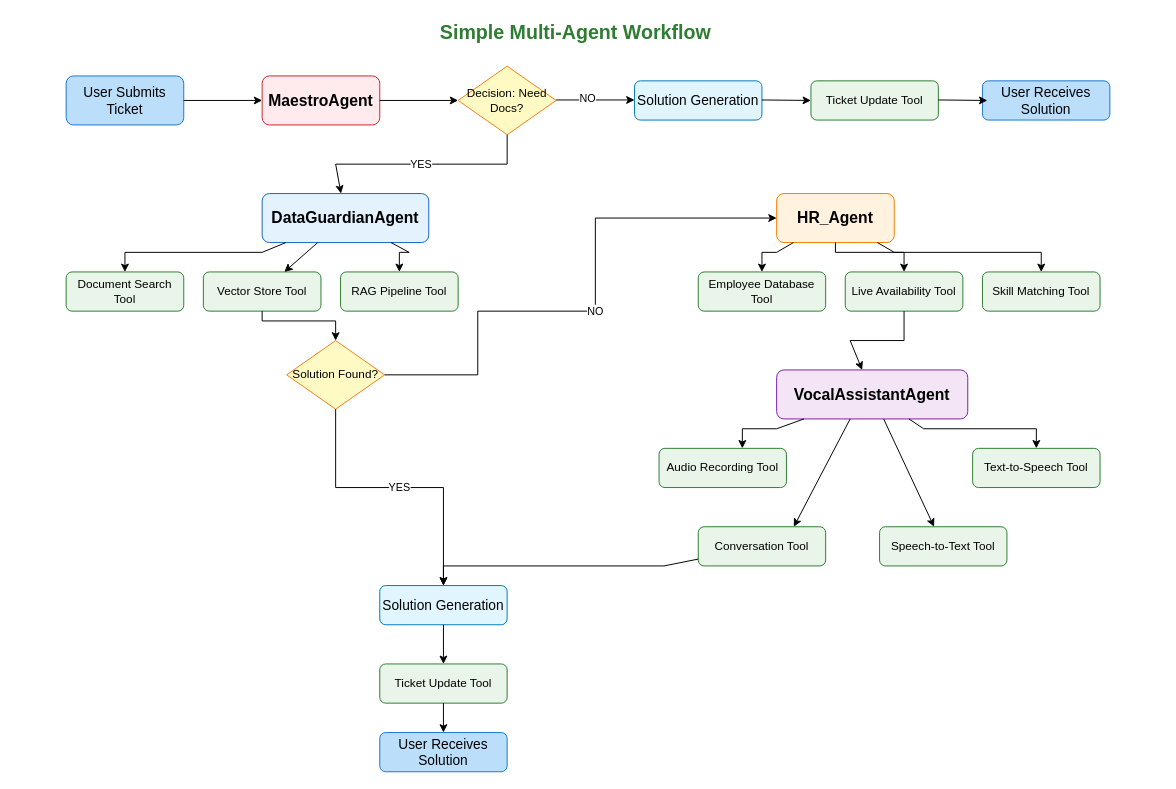
Earlier version of the draw.io diagram docs/architecture/Simple_Agents_Workflow.drawio (rdoukali42/Network_LLMs). Source tidied: cells renumbered, new cells numbered last; positions are measured from the earlier drawing's top-left corner, leaving out a move shared by most shapes. Both pictures are drawn from the tidied source at 98%, with x=0, y=0 at pixel (66, 17).
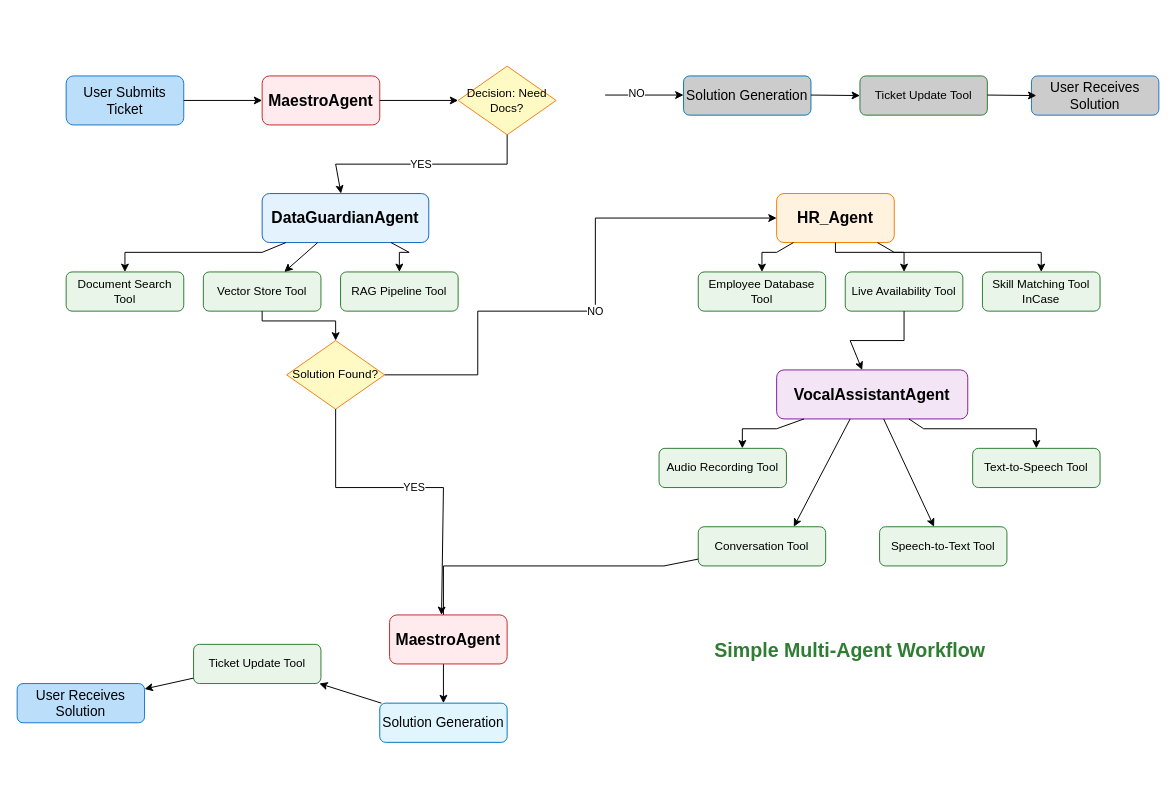
The same page after the edit.

The change refers to these unchanged cells:
```xml
<mxCell id="16" value="Solution Found?" style="rhombus;whiteSpace=wrap;html=1;fillColor=#FFF9C4;strokeColor=#F57F17;fontSize=12;" parent="1" vertex="1">
  <mxGeometry x="225" y="330" width="100" height="70" as="geometry" />
</mxCell>
<mxCell id="30" value="Conversation Tool" style="rounded=1;whiteSpace=wrap;html=1;fillColor=#E8F5E8;strokeColor=#2E7D32;" parent="1" vertex="1">
  <mxGeometry x="645" y="520" width="130" height="40" as="geometry" />
</mxCell>
```

Diff of the diagram source:
```diff
@@
     <mxCell id="2" value="Simple Multi-Agent Workflow" style="text;html=1;strokeColor=none;fillColor=none;align=center;verticalAlign=middle;whiteSpace=wrap;rounded=0;fontSize=20;fontStyle=1;fontColor=#2E7D32;" parent="1" vertex="1">
-      <mxGeometry x="320" width="400" height="30" as="geometry" />
+      <mxGeometry x="600" y="630" width="400" height="30" as="geometry" />
     </mxCell>
@@
-    <mxCell id="21" value="Skill Matching Tool" style="rounded=1;whiteSpace=wrap;html=1;fillColor=#E8F5E8;strokeColor=#2E7D32;" parent="1" vertex="1">
+    <mxCell id="21" value="Skill Matching Tool&lt;div&gt;InCase&lt;/div&gt;" style="rounded=1;whiteSpace=wrap;html=1;fillColor=#E8F5E8;strokeColor=#2E7D32;" parent="1" vertex="1">
       <mxGeometry x="935" y="260" width="120" height="40" as="geometry" />
     </mxCell>
@@
     <mxCell id="35" value="Solution Generation" style="rounded=1;whiteSpace=wrap;html=1;fillColor=#E1F5FE;strokeColor=#0277BD;fontSize=14;" parent="1" vertex="1">
-      <mxGeometry x="320" y="580" width="130" height="40" as="geometry" />
+      <mxGeometry x="320" y="700" width="130" height="40" as="geometry" />
     </mxCell>
     <mxCell id="36" value="Ticket Update Tool" style="rounded=1;whiteSpace=wrap;html=1;fillColor=#E8F5E8;strokeColor=#2E7D32;" parent="1" vertex="1">
-      <mxGeometry x="320" y="660" width="130" height="40" as="geometry" />
+      <mxGeometry x="130" y="640" width="130" height="40" as="geometry" />
     </mxCell>
-    <mxCell id="37" style="endArrow=classic;html=1;rounded=0;" parent="1" edge="1" source="30" target="35">
+    <mxCell id="37" style="endArrow=classic;html=1;rounded=0;entryX=0.5;entryY=0;entryDx=0;entryDy=0;" parent="1" edge="1" source="30" target="35">
       <mxGeometry relative="1" as="geometry">
         <Array as="points">
           <mxPoint x="610" y="560" />
           <mxPoint x="385" y="560" />
         </Array>
       </mxGeometry>
     </mxCell>
-    <mxCell id="38" value="YES" style="endArrow=classic;html=1;rounded=0;" parent="1" edge="1" source="16" target="35">
+    <mxCell id="38" value="YES" style="endArrow=classic;html=1;rounded=0;entryX=0.442;entryY=0;entryDx=0;entryDy=0;entryPerimeter=0;" parent="1" edge="1" source="16" target="50">
       <mxGeometry relative="1" as="geometry">
         <Array as="points">
           <mxPoint x="275" y="480" />
           <mxPoint x="385" y="480" />
         </Array>
       </mxGeometry>
     </mxCell>
@@
     <mxCell id="40" value="User Receives Solution" style="rounded=1;whiteSpace=wrap;html=1;fillColor=#BBDEFB;strokeColor=#1976D2;fontSize=14;" parent="1" vertex="1">
-      <mxGeometry x="320" y="730" width="130" height="40" as="geometry" />
+      <mxGeometry x="-50" y="680" width="130" height="40" as="geometry" />
     </mxCell>
@@
     <mxCell id="42" style="endArrow=classic;html=1;rounded=0;" parent="1" edge="1">
       <mxGeometry relative="1" as="geometry">
-        <mxPoint x="500" y="84.5" as="sourcePoint" />
-        <mxPoint x="580" y="84.5" as="targetPoint" />
+        <mxPoint x="550" y="79.5" as="sourcePoint" />
+        <mxPoint x="630" y="79.5" as="targetPoint" />
       </mxGeometry>
     </mxCell>
@@
-    <mxCell id="44" value="User Receives Solution" style="rounded=1;whiteSpace=wrap;html=1;fillColor=#BBDEFB;strokeColor=#1976D2;fontSize=14;" parent="1" vertex="1">
-      <mxGeometry x="935" y="65" width="130" height="40" as="geometry" />
+    <mxCell id="44" value="User Receives Solution" style="rounded=1;whiteSpace=wrap;html=1;fillColor=#CCCCCC;strokeColor=#1976D2;fontSize=14;" parent="1" vertex="1">
+      <mxGeometry x="985" y="60" width="130" height="40" as="geometry" />
     </mxCell>
-    <mxCell id="45" value="Ticket Update Tool" style="rounded=1;whiteSpace=wrap;html=1;fillColor=#E8F5E8;strokeColor=#2E7D32;" parent="1" vertex="1">
-      <mxGeometry x="760" y="65" width="130" height="40" as="geometry" />
+    <mxCell id="45" value="Ticket Update Tool" style="rounded=1;whiteSpace=wrap;html=1;fillColor=#CCCCCC;strokeColor=#2E7D32;" parent="1" vertex="1">
+      <mxGeometry x="810" y="60" width="130" height="40" as="geometry" />
     </mxCell>
-    <mxCell id="46" value="Solution Generation" style="rounded=1;whiteSpace=wrap;html=1;fillColor=#E1F5FE;strokeColor=#0277BD;fontSize=14;" parent="1" vertex="1">
-      <mxGeometry x="580" y="65" width="130" height="40" as="geometry" />
+    <mxCell id="46" value="Solution Generation" style="rounded=1;whiteSpace=wrap;html=1;fillColor=#CCCCCC;strokeColor=#0277BD;fontSize=14;" parent="1" vertex="1">
+      <mxGeometry x="630" y="60" width="130" height="40" as="geometry" />
     </mxCell>
     <mxCell id="47" style="endArrow=classic;html=1;rounded=0;" parent="1" edge="1">
       <mxGeometry relative="1" as="geometry">
-        <mxPoint x="710" y="84.5" as="sourcePoint" />
-        <mxPoint x="760" y="85" as="targetPoint" />
+        <mxPoint x="760" y="79.5" as="sourcePoint" />
+        <mxPoint x="810" y="80" as="targetPoint" />
       </mxGeometry>
     </mxCell>
     <mxCell id="48" style="endArrow=classic;html=1;rounded=0;" parent="1" edge="1">
       <mxGeometry relative="1" as="geometry">
-        <mxPoint x="890" y="84.5" as="sourcePoint" />
-        <mxPoint x="940" y="85" as="targetPoint" />
+        <mxPoint x="940" y="79.5" as="sourcePoint" />
+        <mxPoint x="990" y="80" as="targetPoint" />
       </mxGeometry>
     </mxCell>
@@
+    <mxCell id="50" value="MaestroAgent" style="rounded=1;whiteSpace=wrap;html=1;fillColor=#FFEBEE;strokeColor=#C62828;fontSize=16;fontStyle=1;" parent="1" vertex="1">
+      <mxGeometry x="330" y="610" width="120" height="50" as="geometry" />
+    </mxCell>
```
